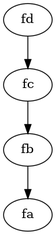
LimaXII/Compiladores keeps this Graphviz diagram as e3_tests/saida.png. Above is the earlier version. Its source is kept beside it as e3_tests/saida.dot.
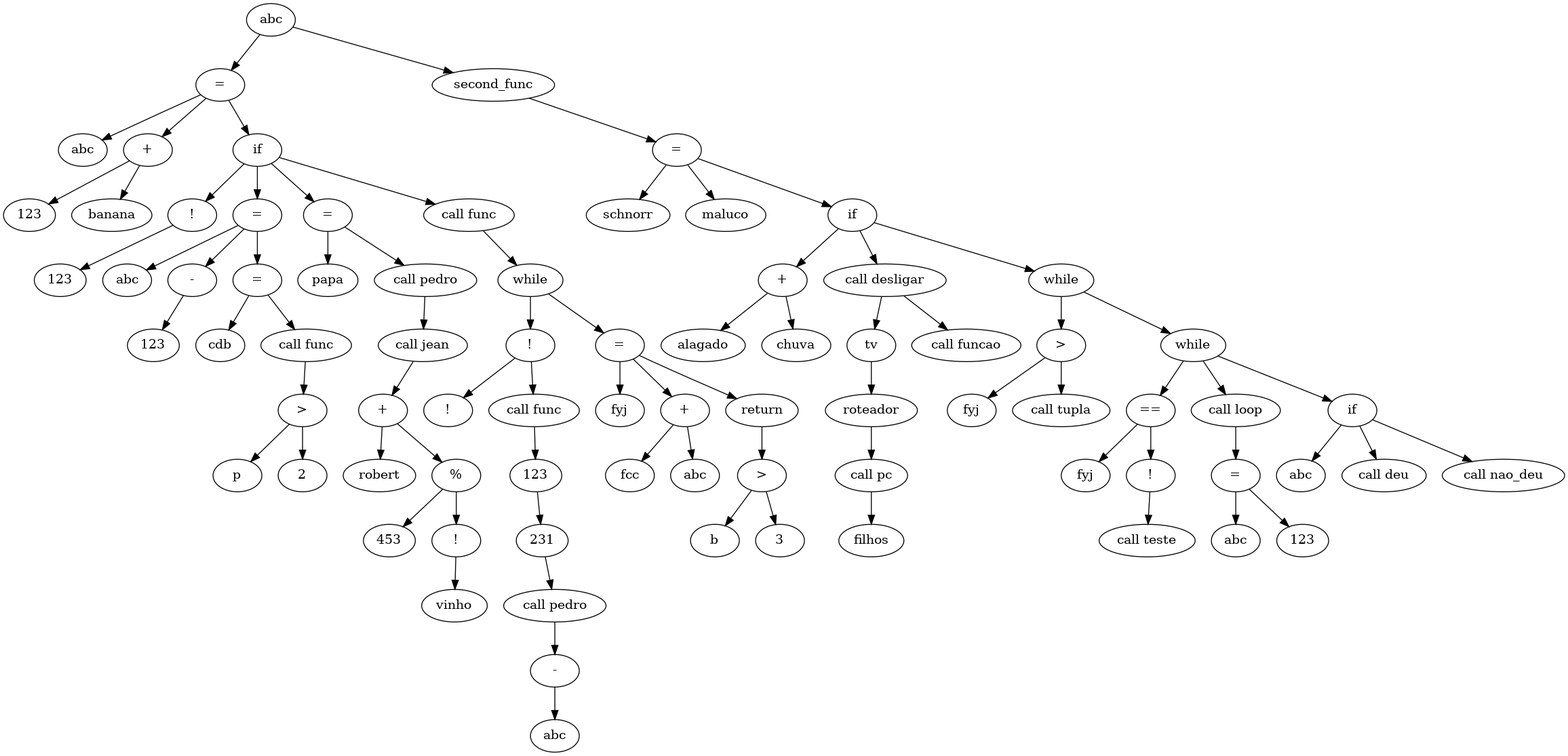
After the commit.

Diff of the diagram source:
```diff
@@ -1,9 +1,159 @@
 digraph {
-  x5564c6189740 [label="fd"];
-  x5564c6189610 [label="fc"];
-  x5564c61894e0 [label="fb"];
-  x5564c61893d0 [label="fa"];
-  x5564c6189740 -> x5564c6189610
-  x5564c6189610 -> x5564c61894e0
-  x5564c61894e0 -> x5564c61893d0
+  x5646619ff450 [label="abc"];
+  x5646619ff610 [label="="];
+  x5646619ff640 [label="abc"];
+  x5646619ff5c0 [label="+"];
+  x5646619ff500 [label="123"];
+  x5646619ff590 [label="banana"];
+  x564661a000f0 [label="if"];
+  x5646619ff6f0 [label="!"];
+  x5646619ff740 [label="123"];
+  x5646619ff8f0 [label="="];
+  x5646619ff920 [label="abc"];
+  x5646619ff830 [label="-"];
+  x5646619ff880 [label="123"];
+  x5646619ffb90 [label="="];
+  x5646619ffbc0 [label="cdb"];
+  x5646619ffb20 [label="call func"];
+  x5646619ffad0 [label=">"];
+  x5646619ffa30 [label="p"];
+  x5646619ffa80 [label="2"];
+  x564661a00050 [label="="];
+  x564661a00080 [label="papa"];
+  x5646619fffe0 [label="call pedro"];
+  x5646619fff70 [label="call jean"];
+  x5646619fff20 [label="+"];
+  x5646619ffd50 [label="robert"];
+  x5646619ffed0 [label="%"];
+  x5646619ffda0 [label="453"];
+  x5646619ffe10 [label="!"];
+  x5646619ffe80 [label="vinho"];
+  x564661a001c0 [label="call func"];
+  x564661a006b0 [label="while"];
+  x564661a002c0 [label="!"];
+  x564661a00270 [label="!"];
+  x564661a00600 [label="call func"];
+  x564661a00370 [label="123"];
+  x564661a003e0 [label="231"];
+  x564661a00550 [label="call pedro"];
+  x564661a00490 [label="-"];
+  x564661a00500 [label="abc"];
+  x564661a00890 [label="="];
+  x564661a008c0 [label="fyj"];
+  x564661a00840 [label="+"];
+  x564661a007a0 [label="fcc"];
+  x564661a00810 [label="abc"];
+  x564661a00a60 [label="return"];
+  x564661a00a10 [label=">"];
+  x564661a00970 [label="b"];
+  x564661a009c0 [label="3"];
+  x564661a00bc0 [label="second_func"];
+  x564661a00cc0 [label="="];
+  x564661a00cf0 [label="schnorr"];
+  x564661a00c90 [label="maluco"];
+  x564661a012b0 [label="if"];
+  x564661a00e60 [label="+"];
+  x564661a00dc0 [label="alagado"];
+  x564661a00e30 [label="chuva"];
+  x564661a01150 [label="call desligar"];
+  x564661a00f50 [label="tv"];
+  x564661a00fc0 [label="roteador"];
+  x564661a010a0 [label="call pc"];
+  x564661a01070 [label="filhos"];
+  x564661a01220 [label="call funcao"];
+  x564661a014f0 [label="while"];
+  x564661a01460 [label=">"];
+  x564661a01380 [label="fyj"];
+  x564661a01410 [label="call tupla"];
+  x564661a019c0 [label="while"];
+  x564661a01730 [label="=="];
+  x564661a015e0 [label="fyj"];
+  x564661a01630 [label="!"];
+  x564661a016c0 [label="call teste"];
+  x564661a01800 [label="call loop"];
+  x564661a01900 [label="="];
+  x564661a01930 [label="abc"];
+  x564661a018b0 [label="123"];
+  x564661a01cc0 [label="if"];
+  x564661a01ab0 [label="abc"];
+  x564661a01b60 [label="call deu"];
+  x564661a01c50 [label="call nao_deu"];
+  x5646619ff450 -> x5646619ff610
+  x5646619ff610 -> x5646619ff640
+  x5646619ff610 -> x5646619ff5c0
+  x5646619ff5c0 -> x5646619ff500
+  x5646619ff5c0 -> x5646619ff590
+  x5646619ff610 -> x564661a000f0
+  x564661a000f0 -> x5646619ff6f0
+  x5646619ff6f0 -> x5646619ff740
+  x564661a000f0 -> x5646619ff8f0
+  x5646619ff8f0 -> x5646619ff920
+  x5646619ff8f0 -> x5646619ff830
+  x5646619ff830 -> x5646619ff880
+  x5646619ff8f0 -> x5646619ffb90
+  x5646619ffb90 -> x5646619ffbc0
+  x5646619ffb90 -> x5646619ffb20
+  x5646619ffb20 -> x5646619ffad0
+  x5646619ffad0 -> x5646619ffa30
+  x5646619ffad0 -> x5646619ffa80
+  x564661a000f0 -> x564661a00050
+  x564661a00050 -> x564661a00080
+  x564661a00050 -> x5646619fffe0
+  x5646619fffe0 -> x5646619fff70
+  x5646619fff70 -> x5646619fff20
+  x5646619fff20 -> x5646619ffd50
+  x5646619fff20 -> x5646619ffed0
+  x5646619ffed0 -> x5646619ffda0
+  x5646619ffed0 -> x5646619ffe10
+  x5646619ffe10 -> x5646619ffe80
+  x564661a000f0 -> x564661a001c0
+  x564661a001c0 -> x564661a006b0
+  x564661a006b0 -> x564661a002c0
+  x564661a002c0 -> x564661a00270
+  x564661a002c0 -> x564661a00600
+  x564661a00600 -> x564661a00370
+  x564661a00370 -> x564661a003e0
+  x564661a003e0 -> x564661a00550
+  x564661a00550 -> x564661a00490
+  x564661a00490 -> x564661a00500
+  x564661a006b0 -> x564661a00890
+  x564661a00890 -> x564661a008c0
+  x564661a00890 -> x564661a00840
+  x564661a00840 -> x564661a007a0
+  x564661a00840 -> x564661a00810
+  x564661a00890 -> x564661a00a60
+  x564661a00a60 -> x564661a00a10
+  x564661a00a10 -> x564661a00970
+  x564661a00a10 -> x564661a009c0
+  x5646619ff450 -> x564661a00bc0
+  x564661a00bc0 -> x564661a00cc0
+  x564661a00cc0 -> x564661a00cf0
+  x564661a00cc0 -> x564661a00c90
+  x564661a00cc0 -> x564661a012b0
+  x564661a012b0 -> x564661a00e60
+  x564661a00e60 -> x564661a00dc0
+  x564661a00e60 -> x564661a00e30
+  x564661a012b0 -> x564661a01150
+  x564661a01150 -> x564661a00f50
+  x564661a00f50 -> x564661a00fc0
+  x564661a00fc0 -> x564661a010a0
+  x564661a010a0 -> x564661a01070
+  x564661a01150 -> x564661a01220
+  x564661a012b0 -> x564661a014f0
+  x564661a014f0 -> x564661a01460
+  x564661a01460 -> x564661a01380
+  x564661a01460 -> x564661a01410
+  x564661a014f0 -> x564661a019c0
+  x564661a019c0 -> x564661a01730
+  x564661a01730 -> x564661a015e0
+  x564661a01730 -> x564661a01630
+  x564661a01630 -> x564661a016c0
+  x564661a019c0 -> x564661a01800
+  x564661a01800 -> x564661a01900
+  x564661a01900 -> x564661a01930
+  x564661a01900 -> x564661a018b0
+  x564661a019c0 -> x564661a01cc0
+  x564661a01cc0 -> x564661a01ab0
+  x564661a01cc0 -> x564661a01b60
+  x564661a01cc0 -> x564661a01c50
 }
```
